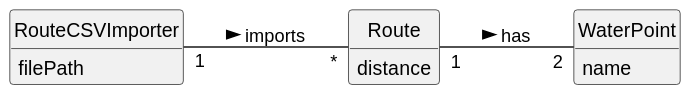
The PlantUML diagram docs/sprintB/us012/02.analysis/svg/us012-domain-model.svg in ricardomm7/leaflink, before a commit.
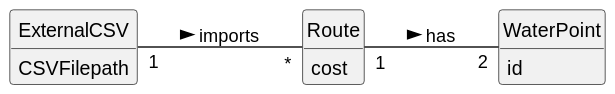
Later version of the same file.

Change to the diagram source:
```diff
@@ -12,19 +12,19 @@
 
 
 class WaterPoint {
-    name
+    id
 
 }
 
 class Route {
 
-    distance
+    cost
 }
 
-class RouteCSVImporter {
-    filePath
+class ExternalCSV {
+    CSVFilepath
 }
 
 Route "1" -- "2" WaterPoint: has  >
-RouteCSVImporter "1" -- "*" Route: imports >
+ExternalCSV "1" -- "*" Route: imports >
 @enduml
```
